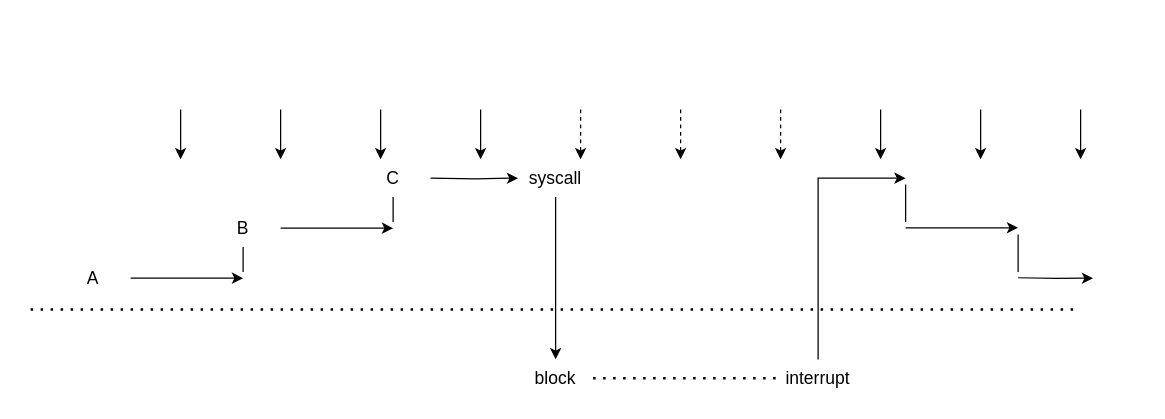
The draw.io diagram 未命名绘图.drawio in Dong-J93/_pictures, before the edit. Source tidied: cells renumbered, new cells numbered last; positions are measured from the earlier drawing's top-left corner, leaving out a move shared by most shapes. Both pictures are drawn from the tidied source at 125%, with x=0, y=0 at pixel (30, 109).
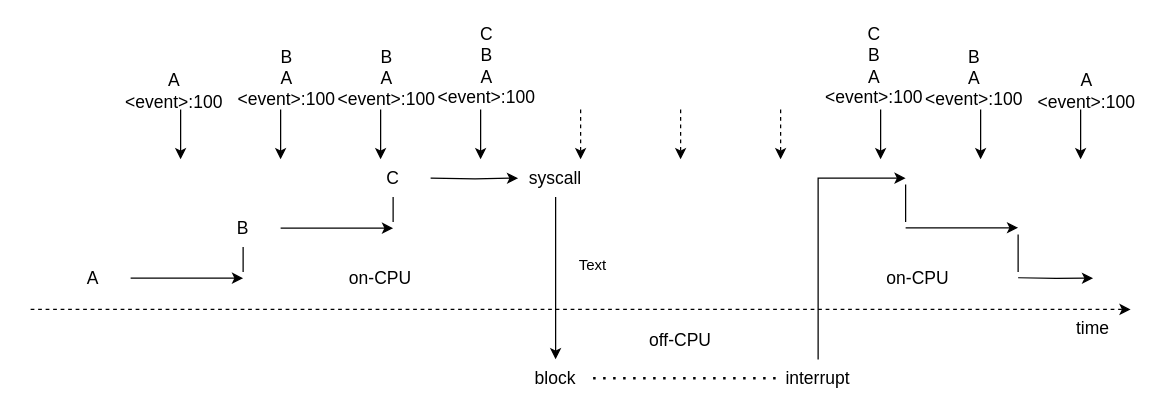
Above is the later version.

Commit message (it also covers changes not shown here):
更新未命名绘图.drawio

Change to the diagram source:
```diff
@@
-    <mxCell id="2" style="endArrow=none;dashed=1;html=1;dashPattern=1 3;strokeWidth=2;rounded=0;" parent="1" edge="1">
-      <mxGeometry relative="1" as="geometry">
-        <mxPoint y="160" as="sourcePoint" />
-        <mxPoint x="840" y="160" as="targetPoint" />
-      </mxGeometry>
-    </mxCell>
@@
+    <mxCell id="31" value="Text" style="text;html=1;align=center;verticalAlign=middle;whiteSpace=wrap;rounded=0;" parent="1" vertex="1">
+      <mxGeometry x="420" y="110" width="60" height="30" as="geometry" />
+    </mxCell>
+    <mxCell id="32" value="&lt;font style=&quot;font-size: 14px;&quot;&gt;A&lt;/font&gt;&lt;span class=&quot;eusoft-eudic-chrome-extension-translate-content&quot;&gt;&lt;br&gt;&lt;/span&gt;&lt;div&gt;&lt;font style=&quot;font-size: 14px;&quot;&gt;&amp;lt;event&amp;gt;:100&lt;/font&gt;&lt;span class=&quot;eusoft-eudic-chrome-extension-translate-content&quot;&gt;&lt;/span&gt;&lt;/div&gt;" style="text;html=1;align=center;verticalAlign=middle;whiteSpace=wrap;rounded=0;" parent="1" vertex="1">
+      <mxGeometry x="70" y="-30" width="90" height="30" as="geometry" />
+    </mxCell>
+    <mxCell id="33" value="&lt;div&gt;&lt;font style=&quot;font-size: 14px;&quot;&gt;B&lt;/font&gt;&lt;/div&gt;&lt;font style=&quot;font-size: 14px;&quot;&gt;A&lt;/font&gt;&lt;span class=&quot;eusoft-eudic-chrome-extension-translate-content&quot;&gt;&lt;br&gt;&lt;/span&gt;&lt;div&gt;&lt;font style=&quot;font-size: 14px;&quot;&gt;&amp;lt;event&amp;gt;:100&lt;/font&gt;&lt;span class=&quot;eusoft-eudic-chrome-extension-translate-content&quot;&gt;&lt;/span&gt;&lt;/div&gt;" style="text;html=1;align=center;verticalAlign=middle;whiteSpace=wrap;rounded=0;" parent="1" vertex="1">
+      <mxGeometry x="160" y="-50" width="90" height="50" as="geometry" />
+    </mxCell>
+    <mxCell id="34" value="&lt;div&gt;&lt;font style=&quot;font-size: 14px;&quot;&gt;B&lt;/font&gt;&lt;/div&gt;&lt;font style=&quot;font-size: 14px;&quot;&gt;A&lt;/font&gt;&lt;span class=&quot;eusoft-eudic-chrome-extension-translate-content&quot;&gt;&lt;br&gt;&lt;/span&gt;&lt;div&gt;&lt;font style=&quot;font-size: 14px;&quot;&gt;&amp;lt;event&amp;gt;:100&lt;/font&gt;&lt;span class=&quot;eusoft-eudic-chrome-extension-translate-content&quot;&gt;&lt;/span&gt;&lt;/div&gt;" style="text;html=1;align=center;verticalAlign=middle;whiteSpace=wrap;rounded=0;" parent="1" vertex="1">
+      <mxGeometry x="240" y="-50" width="90" height="50" as="geometry" />
+    </mxCell>
+    <mxCell id="35" value="&lt;div&gt;&lt;span style=&quot;font-size: 14px; background-color: initial;&quot;&gt;C&lt;/span&gt;&lt;br&gt;&lt;/div&gt;&lt;div&gt;&lt;font style=&quot;font-size: 14px;&quot;&gt;B&lt;/font&gt;&lt;/div&gt;&lt;font style=&quot;font-size: 14px;&quot;&gt;A&lt;/font&gt;&lt;span class=&quot;eusoft-eudic-chrome-extension-translate-content&quot;&gt;&lt;br&gt;&lt;/span&gt;&lt;div&gt;&lt;font style=&quot;font-size: 14px;&quot;&gt;&amp;lt;event&amp;gt;:100&lt;/font&gt;&lt;span class=&quot;eusoft-eudic-chrome-extension-translate-content&quot;&gt;&lt;/span&gt;&lt;/div&gt;" style="text;html=1;align=center;verticalAlign=middle;whiteSpace=wrap;rounded=0;" parent="1" vertex="1">
+      <mxGeometry x="320" y="-70" width="90" height="70" as="geometry" />
+    </mxCell>
+    <mxCell id="36" value="&lt;div&gt;&lt;span style=&quot;font-size: 14px; background-color: initial;&quot;&gt;C&lt;/span&gt;&lt;br&gt;&lt;/div&gt;&lt;div&gt;&lt;font style=&quot;font-size: 14px;&quot;&gt;B&lt;/font&gt;&lt;/div&gt;&lt;font style=&quot;font-size: 14px;&quot;&gt;A&lt;/font&gt;&lt;span class=&quot;eusoft-eudic-chrome-extension-translate-content&quot;&gt;&lt;br&gt;&lt;/span&gt;&lt;div&gt;&lt;font style=&quot;font-size: 14px;&quot;&gt;&amp;lt;event&amp;gt;:100&lt;/font&gt;&lt;span class=&quot;eusoft-eudic-chrome-extension-translate-content&quot;&gt;&lt;/span&gt;&lt;/div&gt;" style="text;html=1;align=center;verticalAlign=middle;whiteSpace=wrap;rounded=0;" parent="1" vertex="1">
+      <mxGeometry x="630" y="-70" width="90" height="70" as="geometry" />
+    </mxCell>
+    <mxCell id="37" value="&lt;div&gt;&lt;font style=&quot;font-size: 14px;&quot;&gt;B&lt;/font&gt;&lt;/div&gt;&lt;font style=&quot;font-size: 14px;&quot;&gt;A&lt;/font&gt;&lt;span class=&quot;eusoft-eudic-chrome-extension-translate-content&quot;&gt;&lt;br&gt;&lt;/span&gt;&lt;div&gt;&lt;font style=&quot;font-size: 14px;&quot;&gt;&amp;lt;event&amp;gt;:100&lt;/font&gt;&lt;span class=&quot;eusoft-eudic-chrome-extension-translate-content&quot;&gt;&lt;/span&gt;&lt;/div&gt;" style="text;html=1;align=center;verticalAlign=middle;whiteSpace=wrap;rounded=0;" parent="1" vertex="1">
+      <mxGeometry x="710" y="-50" width="90" height="50" as="geometry" />
+    </mxCell>
+    <mxCell id="38" value="&lt;font style=&quot;font-size: 14px;&quot;&gt;A&lt;/font&gt;&lt;span class=&quot;eusoft-eudic-chrome-extension-translate-content&quot;&gt;&lt;br&gt;&lt;/span&gt;&lt;div&gt;&lt;font style=&quot;font-size: 14px;&quot;&gt;&amp;lt;event&amp;gt;:100&lt;/font&gt;&lt;span class=&quot;eusoft-eudic-chrome-extension-translate-content&quot;&gt;&lt;/span&gt;&lt;/div&gt;" style="text;html=1;align=center;verticalAlign=middle;whiteSpace=wrap;rounded=0;" parent="1" vertex="1">
+      <mxGeometry x="800" y="-30" width="90" height="30" as="geometry" />
+    </mxCell>
+    <mxCell id="39" value="&lt;font style=&quot;font-size: 14px;&quot;&gt;on-CPU&lt;/font&gt;" style="text;html=1;align=center;verticalAlign=middle;whiteSpace=wrap;rounded=0;" parent="1" vertex="1">
+      <mxGeometry x="250" y="120" width="60" height="30" as="geometry" />
+    </mxCell>
+    <mxCell id="40" value="&lt;font style=&quot;font-size: 14px;&quot;&gt;off-CPU&lt;/font&gt;" style="text;html=1;align=center;verticalAlign=middle;whiteSpace=wrap;rounded=0;" parent="1" vertex="1">
+      <mxGeometry x="490" y="170" width="60" height="30" as="geometry" />
+    </mxCell>
+    <mxCell id="41" value="&lt;font style=&quot;font-size: 14px;&quot;&gt;on-CPU&lt;/font&gt;" style="text;html=1;align=center;verticalAlign=middle;whiteSpace=wrap;rounded=0;" parent="1" vertex="1">
+      <mxGeometry x="680" y="120" width="60" height="30" as="geometry" />
+    </mxCell>
+    <mxCell id="42" style="endArrow=classic;html=1;rounded=0;dashed=1;" parent="1" edge="1">
+      <mxGeometry relative="1" as="geometry">
+        <mxPoint y="160" as="sourcePoint" />
+        <mxPoint x="880" y="160" as="targetPoint" />
+      </mxGeometry>
+    </mxCell>
+    <mxCell id="43" value="&lt;font style=&quot;font-size: 14px;&quot;&gt;time&lt;/font&gt;" style="text;html=1;align=center;verticalAlign=middle;whiteSpace=wrap;rounded=0;" parent="1" vertex="1">
+      <mxGeometry x="820" y="160" width="60" height="30" as="geometry" />
+    </mxCell>
```
